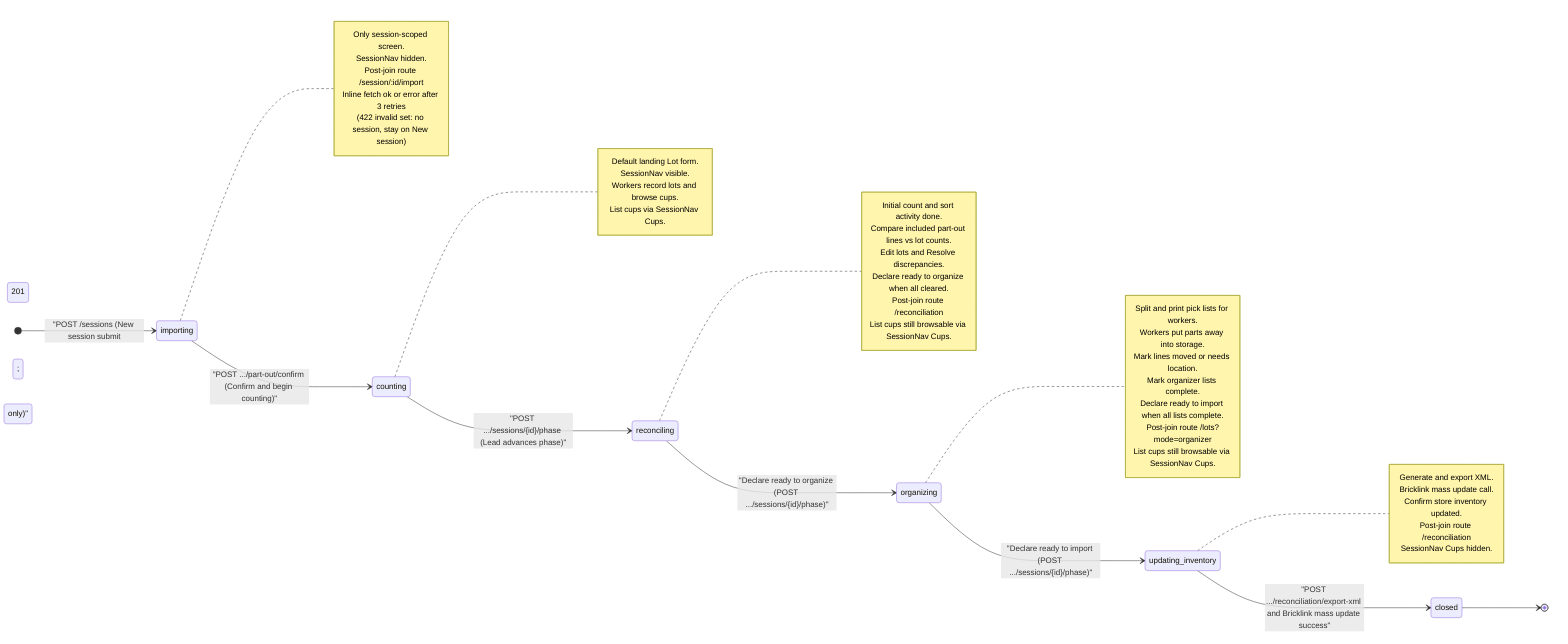
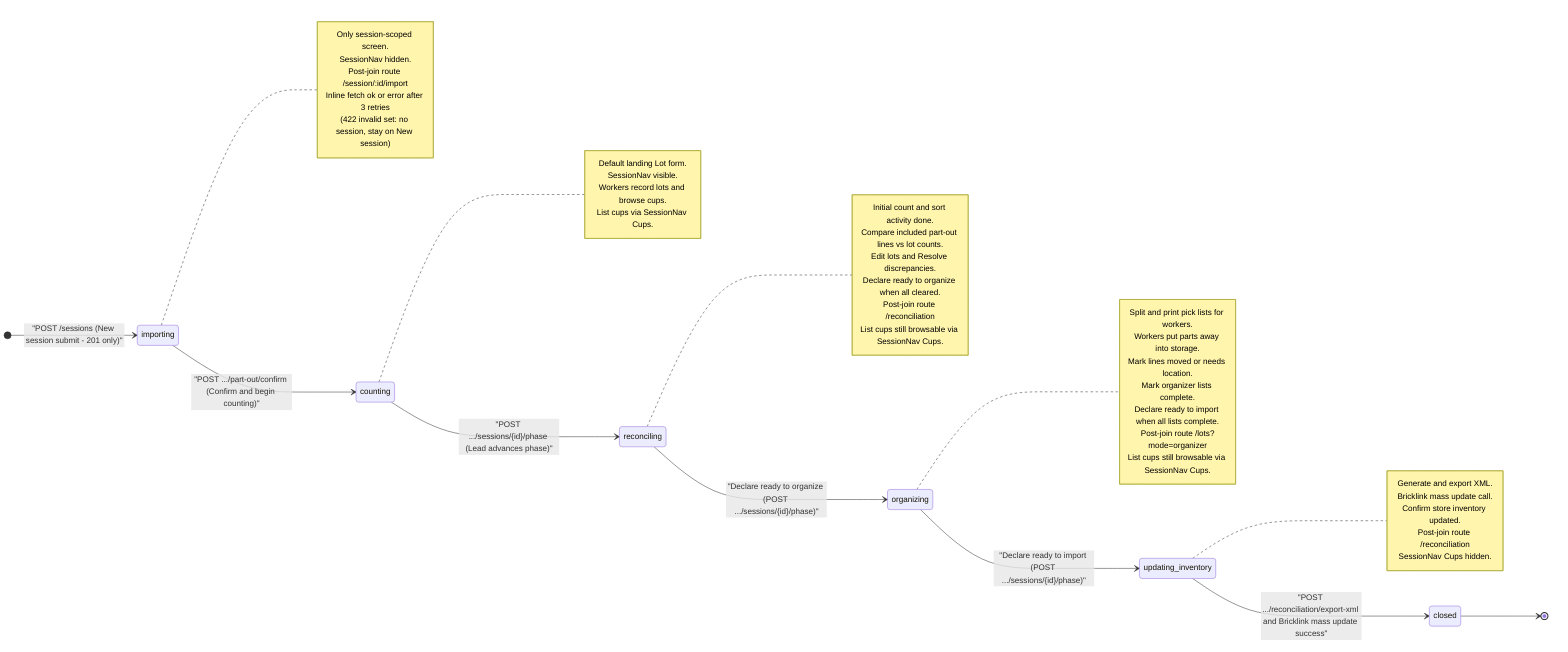
%% Session phase state machine
%% Sources: docs/view-specs/home.md, new-session.md, part-out-import.md, part-out-reconciliation.md,
%%          list-cups.md, list-lots.md, feature/part-out-coordinator/product-spec.md
%%
%% XML export and Bricklink mass update occur in updating_inventory, after organizing.

stateDiagram-v2
    direction LR

-     [*] --> importing: "POST /sessions (New session submit; 201 only)"
+     [*] --> importing: "POST /sessions (New session submit - 201 only)"
    importing --> counting: "POST .../part-out/confirm (Confirm and begin counting)"
    counting --> reconciling: "POST .../sessions/{id}/phase (Lead advances phase)"
    reconciling --> organizing: "Declare ready to organize (POST .../sessions/{id}/phase)"
    organizing --> updating_inventory: "Declare ready to import (POST .../sessions/{id}/phase)"
    updating_inventory --> closed: "POST .../reconciliation/export-xml and Bricklink mass update success"
    closed --> [*]

    note right of importing
        Only session-scoped screen.
        SessionNav hidden.
        Post-join route /session/:id/import
        Inline fetch ok or error after 3 retries
        (422 invalid set: no session, stay on New session)
    end note

    note right of counting
        Default landing Lot form.
        SessionNav visible.
        Workers record lots and browse cups.
        List cups via SessionNav Cups.
    end note

    note right of reconciling
        Initial count and sort activity done.
        Compare included part-out lines vs lot counts.
        Edit lots and Resolve discrepancies.
        Declare ready to organize when all cleared.
        Post-join route /reconciliation
        List cups still browsable via SessionNav Cups.
    end note

    note right of organizing
        Split and print pick lists for workers.
        Workers put parts away into storage.
        Mark lines moved or needs location.
        Mark organizer lists complete.
        Declare ready to import when all lists complete.
        Post-join route /lots?mode=organizer
        List cups still browsable via SessionNav Cups.
    end note

    note right of updating_inventory
        Generate and export XML.
        Bricklink mass update call.
        Confirm store inventory updated.
        Post-join route /reconciliation
        SessionNav Cups hidden.
    end note
